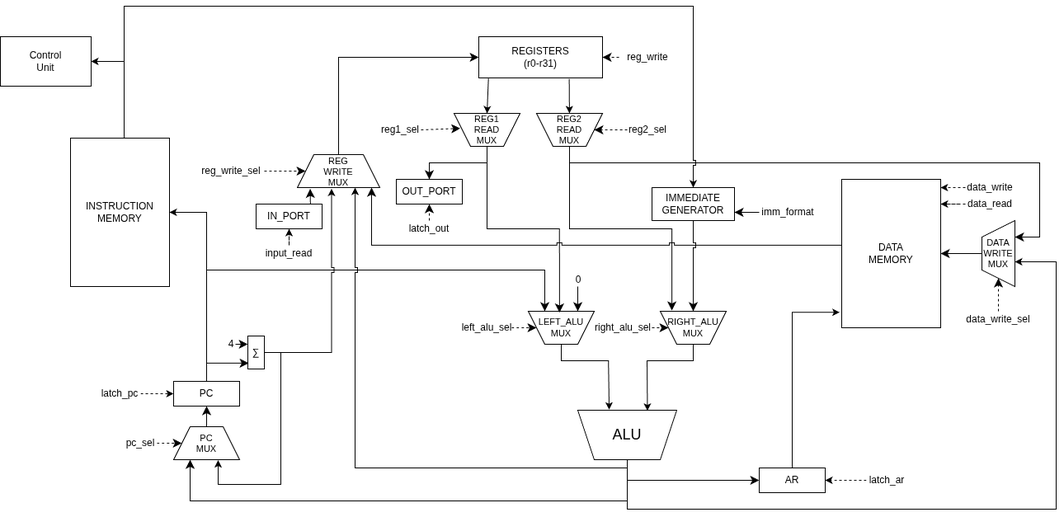
Before: datapath.png, a diagram exported from draw.io (IlyaGorelov/meow). Source tidied: cells renumbered, new cells last; positions are measured from the earlier drawing's top-left corner, leaving out a move shared by most shapes.
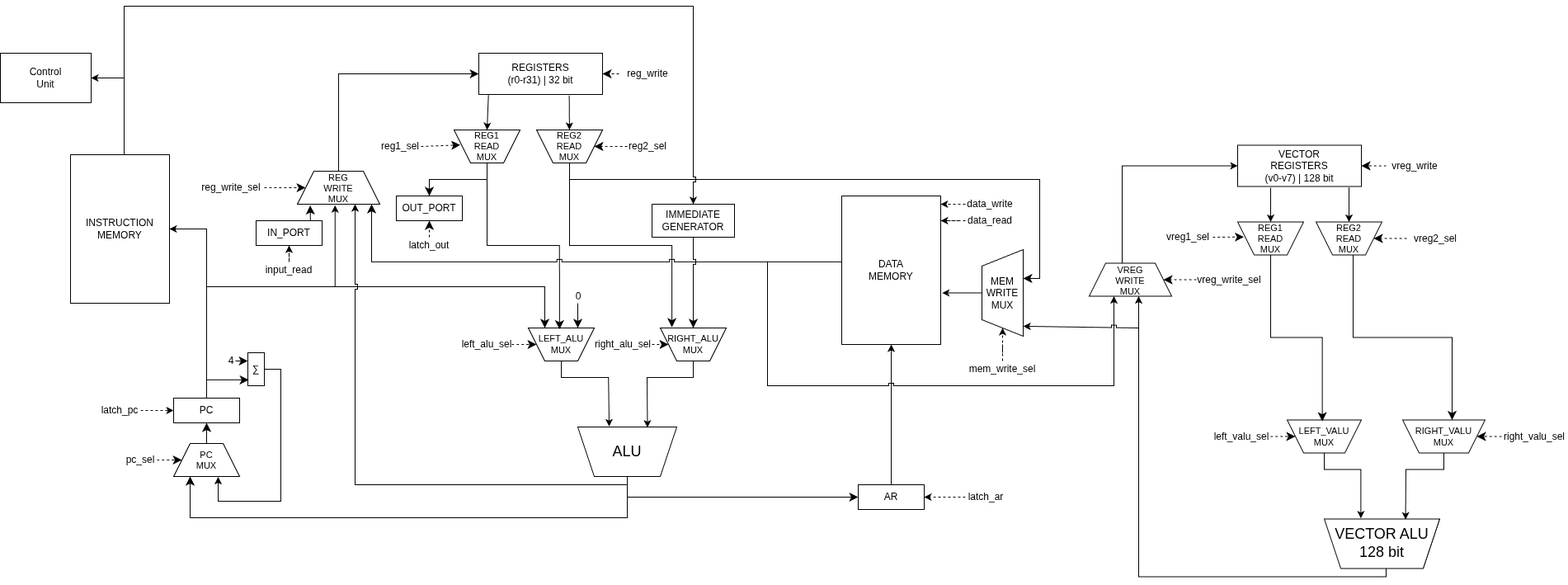
After the commit.

Diff of the diagram source:
```diff
@@ -30,30 +30,15 @@
     <mxCell id="7" value="DATA&lt;div&gt;MEMORY&lt;/div&gt;" style="rounded=0;whiteSpace=wrap;html=1;" parent="1" vertex="1">
       <mxGeometry x="1020" y="210" width="120" height="180" as="geometry" />
     </mxCell>
-    <mxCell id="8" value="REGISTERS&lt;div&gt;(r0-r31)&lt;/div&gt;" style="rounded=0;whiteSpace=wrap;html=1;" parent="1" vertex="1">
+    <mxCell id="8" value="REGISTERS&lt;div&gt;(r0-r31) | 32 bit&lt;/div&gt;" style="rounded=0;whiteSpace=wrap;html=1;" parent="1" vertex="1">
       <mxGeometry x="580" y="37" width="150" height="50" as="geometry" />
     </mxCell>
     <mxCell id="9" value="AR" style="rounded=0;whiteSpace=wrap;html=1;" parent="1" vertex="1">
-      <mxGeometry x="920" y="560" width="80" height="30" as="geometry" />
+      <mxGeometry x="1040" y="560" width="80" height="30" as="geometry" />
     </mxCell>
-    <mxCell id="10" style="endArrow=classic;html=1;rounded=0;defaultLabelBackgroundColor=page;entryX=-0.02;entryY=0.896;entryDx=0;entryDy=0;entryPerimeter=0;exitX=0.5;exitY=0;exitDx=0;exitDy=0;" parent="1" edge="1" source="9" target="7">
-      <mxGeometry relative="1" as="geometry">
-        <Array as="points">
-          <mxPoint x="960" y="371.3" />
-        </Array>
-      </mxGeometry>
+    <mxCell id="10" style="endArrow=classic;html=1;rounded=0;defaultLabelBackgroundColor=page;entryX=0.5;entryY=1;entryDx=0;entryDy=0;exitX=0.5;exitY=0;exitDx=0;exitDy=0;" parent="1" edge="1" source="9" target="7">
+      <mxGeometry x="-0.21" relative="1" as="geometry" />
     </mxCell>
-    <mxCell id="11" style="endArrow=classic;html=1;rounded=0;defaultLabelBackgroundColor=page;" parent="1" edge="1">
-      <mxGeometry x="-0.32" relative="1" as="geometry">
-        <mxPoint x="760" y="550" as="sourcePoint" />
-        <mxPoint x="1230" y="310" as="targetPoint" />
-        <Array as="points">
-          <mxPoint x="760" y="610" />
-          <mxPoint x="1280" y="610" />
-          <mxPoint x="1280" y="310" />
-        </Array>
-      </mxGeometry>
-    </mxCell>
     <mxCell id="12" value="left_alu_sel" style="text;html=1;whiteSpace=wrap;strokeColor=none;fillColor=none;align=center;verticalAlign=middle;rounded=0;" parent="1" vertex="1">
       <mxGeometry x="560" y="380" width="60" height="20" as="geometry" />
     </mxCell>
@@ -124,18 +109,9 @@
     <mxCell id="32" value="IMMEDIATE&lt;div&gt;GENERATOR&lt;/div&gt;" style="rounded=0;whiteSpace=wrap;html=1;" parent="1" vertex="1">
       <mxGeometry x="790" y="220" width="100" height="40" as="geometry" />
     </mxCell>
-    <mxCell id="33" style="endArrow=classic;html=1;rounded=0;fontSize=12;defaultLabelBackgroundColor=page;startSize=8;endSize=8;curved=1;entryX=1;entryY=0.25;entryDx=0;entryDy=0;" parent="1" edge="1">
-      <mxGeometry relative="1" as="geometry">
-        <mxPoint x="920" y="250" as="sourcePoint" />
-        <mxPoint x="890" y="250" as="targetPoint" />
-      </mxGeometry>
-    </mxCell>
-    <mxCell id="34" value="imm_format" style="text;html=1;whiteSpace=wrap;strokeColor=none;fillColor=none;align=center;verticalAlign=middle;rounded=0;" parent="1" vertex="1">
-      <mxGeometry x="920" y="240" width="70" height="20" as="geometry" />
-    </mxCell>
     <mxCell id="35" style="endArrow=classic;html=1;rounded=0;fontSize=12;defaultLabelBackgroundColor=page;startSize=8;endSize=8;edgeStyle=orthogonalEdgeStyle;" parent="1" edge="1" target="50">
-      <mxGeometry x="0.25" relative="1" as="geometry">
-        <mxPoint x="760" y="570" as="sourcePoint" />
+      <mxGeometry x="0.26" relative="1" as="geometry">
+        <mxPoint x="760" y="560" as="sourcePoint" />
         <Array as="points">
           <mxPoint x="760" y="600" />
           <mxPoint x="230" y="600" />
@@ -147,27 +123,15 @@
         <mxPoint x="760" y="575" as="sourcePoint" />
       </mxGeometry>
     </mxCell>
-    <mxCell id="37" style="edgeStyle=none;curved=1;rounded=0;curveGeometry=1;jettySize=auto;html=1;entryX=1;entryY=0.5;entryDx=0;entryDy=0;fontSize=12;defaultLabelBackgroundColor=page;startSize=8;endSize=8;" parent="1" edge="1" source="38" target="7">
-      <mxGeometry relative="1" as="geometry" />
-    </mxCell>
-    <mxCell id="38" value="DATA&lt;div&gt;WRITE&lt;/div&gt;&lt;div&gt;MUX&lt;/div&gt;" style="shape=trapezoid;perimeter=trapezoidPerimeter;whiteSpace=wrap;html=1;shapeInside=1;fixedSize=1;direction=north;fontSize=11;rounded=0;" parent="1" vertex="1">
-      <mxGeometry x="1190" y="260" width="40" height="80" as="geometry" />
-    </mxCell>
-    <mxCell id="39" style="endArrow=classic;html=1;rounded=0;fontSize=12;defaultLabelBackgroundColor=page;startSize=8;endSize=8;entryX=0.75;entryY=1;entryDx=0;entryDy=0;edgeStyle=orthogonalEdgeStyle;" parent="1" edge="1" target="38">
-      <mxGeometry x="-0.06" relative="1" as="geometry">
+    <mxCell id="39" style="endArrow=classic;html=1;rounded=0;fontSize=12;defaultLabelBackgroundColor=page;startSize=8;endSize=8;edgeStyle=orthogonalEdgeStyle;" parent="1" edge="1" target="111">
+      <mxGeometry x="-0.08" relative="1" as="geometry">
         <mxPoint x="690" y="190" as="sourcePoint" />
         <Array as="points">
           <mxPoint x="1260" y="190" />
-          <mxPoint x="1260" y="280" />
+          <mxPoint x="1260" y="310" />
         </Array>
       </mxGeometry>
     </mxCell>
-    <mxCell id="40" style="edgeStyle=none;curved=1;rounded=0;curveGeometry=1;jettySize=auto;html=1;entryX=0;entryY=0.5;entryDx=0;entryDy=0;fontSize=12;defaultLabelBackgroundColor=page;startSize=8;endSize=8;dashed=1;" parent="1" edge="1" source="41" target="38">
-      <mxGeometry relative="1" as="geometry" />
-    </mxCell>
-    <mxCell id="41" value="data_write_sel" style="text;html=1;whiteSpace=wrap;strokeColor=none;fillColor=none;align=center;verticalAlign=middle;rounded=0;" parent="1" vertex="1">
-      <mxGeometry x="1170" y="370" width="80" height="20" as="geometry" />
-    </mxCell>
     <mxCell id="42" style="endArrow=classic;html=1;rounded=0;defaultLabelBackgroundColor=page;edgeStyle=orthogonalEdgeStyle;jumpStyle=sharp;" parent="1" edge="1" source="4" target="44">
       <mxGeometry x="-0.02" relative="1" as="geometry">
         <Array as="points">
@@ -259,8 +223,8 @@
     <mxCell id="64" style="edgeStyle=orthogonalEdgeStyle;rounded=0;jettySize=auto;html=1;entryX=0.5;entryY=0;entryDx=0;entryDy=0;defaultLabelBackgroundColor=page;jumpStyle=sharp;" parent="1" edge="1" source="65" target="32">
       <mxGeometry x="0.24" relative="1" as="geometry">
         <Array as="points">
-          <mxPoint x="150" />
-          <mxPoint x="840" />
+          <mxPoint x="150" y="-20" />
+          <mxPoint x="840" y="-20" />
         </Array>
       </mxGeometry>
     </mxCell>
@@ -283,9 +247,6 @@
         </Array>
       </mxGeometry>
     </mxCell>
-    <mxCell id="70" style="edgeStyle=orthogonalEdgeStyle;rounded=0;jettySize=auto;html=1;entryX=0.415;entryY=1.035;entryDx=0;entryDy=0;entryPerimeter=0;defaultLabelBackgroundColor=page;jumpStyle=sharp;" parent="1" edge="1" source="51" target="44">
-      <mxGeometry relative="1" as="geometry" />
-    </mxCell>
     <mxCell id="71" style="edgeStyle=orthogonalEdgeStyle;rounded=0;jettySize=auto;html=1;entryX=0.675;entryY=1.012;entryDx=0;entryDy=0;entryPerimeter=0;defaultLabelBackgroundColor=page;" parent="1" edge="1" source="51" target="50">
       <mxGeometry x="-0.2" relative="1" as="geometry">
         <Array as="points">
@@ -305,7 +266,7 @@
       <mxGeometry relative="1" as="geometry" />
     </mxCell>
     <mxCell id="75" value="latch_ar" style="text;html=1;whiteSpace=wrap;strokeColor=none;fillColor=none;align=center;verticalAlign=middle;rounded=0;" parent="1" vertex="1">
-      <mxGeometry x="1050" y="565" width="50" height="20" as="geometry" />
+      <mxGeometry x="1170" y="565" width="50" height="20" as="geometry" />
     </mxCell>
     <mxCell id="76" style="edgeStyle=orthogonalEdgeStyle;rounded=0;jettySize=auto;html=1;entryX=0.5;entryY=1;entryDx=0;entryDy=0;defaultLabelBackgroundColor=page;dashed=1;" parent="1" edge="1" source="77" target="57">
       <mxGeometry relative="1" as="geometry" />
@@ -321,5 +282,146 @@
         <mxPoint x="1140" y="240" as="targetPoint" />
       </mxGeometry>
     </mxCell>
+    <mxCell id="80" style="endArrow=classic;html=1;rounded=0;defaultLabelBackgroundColor=page;entryX=0.457;entryY=1.033;entryDx=0;entryDy=0;entryPerimeter=0;" parent="1" edge="1" target="44">
+      <mxGeometry relative="1" as="geometry">
+        <mxPoint x="405.7" y="320" as="sourcePoint" />
+      </mxGeometry>
+    </mxCell>
+    <mxCell id="81" value="LEFT_VALU&lt;div&gt;MUX&lt;/div&gt;" style="shape=trapezoid;perimeter=trapezoidPerimeter;whiteSpace=wrap;html=1;shapeInside=1;fixedSize=1;direction=west;fontSize=11;rounded=0;" parent="1" vertex="1">
+      <mxGeometry x="1560" y="481.5" width="90" height="40" as="geometry" />
+    </mxCell>
+    <mxCell id="82" value="RIGHT_VALU&lt;div&gt;MUX&lt;/div&gt;" style="shape=trapezoid;perimeter=trapezoidPerimeter;whiteSpace=wrap;html=1;shapeInside=1;fixedSize=1;direction=west;fontSize=11;rounded=0;" parent="1" vertex="1">
+      <mxGeometry x="1700" y="481.5" width="100" height="40" as="geometry" />
+    </mxCell>
+    <mxCell id="83" value="VECTOR ALU&lt;div&gt;128 bit&lt;/div&gt;" style="shape=trapezoid;perimeter=trapezoidPerimeter;whiteSpace=wrap;html=1;shapeInside=1;fixedSize=1;fontSize=18;direction=west;rounded=0;" parent="1" vertex="1">
+      <mxGeometry x="1605" y="601.5" width="140" height="60" as="geometry" />
+    </mxCell>
+    <mxCell id="84" style="endArrow=classic;html=1;rounded=0;defaultLabelBackgroundColor=page;entryX=0.683;entryY=1.012;entryDx=0;entryDy=0;entryPerimeter=0;exitX=0.5;exitY=0;exitDx=0;exitDy=0;" parent="1" edge="1" source="81" target="83">
+      <mxGeometry x="-0.02" relative="1" as="geometry">
+        <Array as="points">
+          <mxPoint x="1605" y="541.5" />
+          <mxPoint x="1649.4" y="541.5" />
+        </Array>
+      </mxGeometry>
+    </mxCell>
+    <mxCell id="85" style="endArrow=classic;html=1;rounded=0;defaultLabelBackgroundColor=page;exitX=0.5;exitY=0;exitDx=0;exitDy=0;entryX=0.296;entryY=0.989;entryDx=0;entryDy=0;entryPerimeter=0;" parent="1" edge="1" source="82" target="83">
+      <mxGeometry x="-0.14" relative="1" as="geometry">
+        <Array as="points">
+          <mxPoint x="1750" y="541.5" />
+          <mxPoint x="1704" y="541.5" />
+        </Array>
+      </mxGeometry>
+    </mxCell>
+    <mxCell id="86" value="&lt;div&gt;VECTOR&lt;/div&gt;REGISTERS&lt;div&gt;(v0-v7) | 128 bit&lt;/div&gt;" style="rounded=0;whiteSpace=wrap;html=1;" parent="1" vertex="1">
+      <mxGeometry x="1500" y="148.5" width="150" height="50" as="geometry" />
+    </mxCell>
+    <mxCell id="87" value="left_valu_sel" style="text;html=1;whiteSpace=wrap;strokeColor=none;fillColor=none;align=center;verticalAlign=middle;rounded=0;" parent="1" vertex="1">
+      <mxGeometry x="1470" y="491.5" width="70" height="20" as="geometry" />
+    </mxCell>
+    <mxCell id="88" style="endArrow=classic;html=1;rounded=0;fontSize=12;defaultLabelBackgroundColor=page;startSize=8;endSize=8;curved=1;exitX=1;exitY=0.5;exitDx=0;exitDy=0;dashed=1;" parent="1" edge="1" source="87" target="81">
+      <mxGeometry relative="1" as="geometry" />
+    </mxCell>
+    <mxCell id="89" value="right_valu_sel" style="text;html=1;whiteSpace=wrap;strokeColor=none;fillColor=none;align=center;verticalAlign=middle;rounded=0;" parent="1" vertex="1">
+      <mxGeometry x="1820" y="491.5" width="80" height="20" as="geometry" />
+    </mxCell>
+    <mxCell id="90" style="endArrow=classic;html=1;rounded=0;fontSize=12;defaultLabelBackgroundColor=page;startSize=8;endSize=8;curved=1;exitX=0;exitY=0.5;exitDx=0;exitDy=0;dashed=1;" parent="1" edge="1" source="89" target="82">
+      <mxGeometry relative="1" as="geometry" />
+    </mxCell>
+    <mxCell id="91" value="vreg_write" style="text;html=1;whiteSpace=wrap;strokeColor=none;fillColor=none;align=center;verticalAlign=middle;rounded=0;" parent="1" vertex="1">
+      <mxGeometry x="1680" y="163.5" width="70" height="20" as="geometry" />
+    </mxCell>
+    <mxCell id="92" style="endArrow=classic;html=1;rounded=0;fontSize=12;defaultLabelBackgroundColor=page;startSize=8;endSize=8;curved=1;entryX=1;entryY=0.5;entryDx=0;entryDy=0;exitX=0;exitY=0.5;exitDx=0;exitDy=0;dashed=1;" parent="1" edge="1" source="91" target="86">
+      <mxGeometry relative="1" as="geometry" />
+    </mxCell>
+    <mxCell id="93" style="endArrow=classic;html=1;rounded=0;defaultLabelBackgroundColor=page;entryX=0.5;entryY=1;entryDx=0;entryDy=0;" parent="1" edge="1" target="94">
+      <mxGeometry x="-0.02" relative="1" as="geometry">
+        <mxPoint x="1540" y="200" as="sourcePoint" />
+      </mxGeometry>
+    </mxCell>
+    <mxCell id="94" value="REG1&lt;div&gt;READ&lt;br&gt;&lt;div&gt;MUX&lt;/div&gt;&lt;/div&gt;" style="shape=trapezoid;perimeter=trapezoidPerimeter;whiteSpace=wrap;html=1;shapeInside=1;fixedSize=1;direction=west;fontSize=11;rounded=0;" parent="1" vertex="1">
+      <mxGeometry x="1500" y="241.5" width="80" height="40" as="geometry" />
+    </mxCell>
+    <mxCell id="95" value="vreg1_sel" style="text;html=1;whiteSpace=wrap;strokeColor=none;fillColor=none;align=center;verticalAlign=middle;rounded=0;" parent="1" vertex="1">
+      <mxGeometry x="1410" y="250" width="60" height="20" as="geometry" />
+    </mxCell>
+    <mxCell id="96" style="endArrow=classic;html=1;rounded=0;fontSize=12;defaultLabelBackgroundColor=page;startSize=8;endSize=8;curved=1;entryX=0.905;entryY=0.545;entryDx=0;entryDy=0;exitX=1;exitY=0.5;exitDx=0;exitDy=0;dashed=1;entryPerimeter=0;" parent="1" edge="1" source="95" target="94">
+      <mxGeometry relative="1" as="geometry" />
+    </mxCell>
+    <mxCell id="97" value="REG2&lt;div&gt;READ&lt;br&gt;&lt;div&gt;MUX&lt;/div&gt;&lt;/div&gt;" style="shape=trapezoid;perimeter=trapezoidPerimeter;whiteSpace=wrap;html=1;shapeInside=1;fixedSize=1;direction=west;fontSize=11;rounded=0;" parent="1" vertex="1">
+      <mxGeometry x="1595" y="241.5" width="80" height="40" as="geometry" />
+    </mxCell>
+    <mxCell id="98" value="vreg2_sel" style="text;html=1;whiteSpace=wrap;strokeColor=none;fillColor=none;align=center;verticalAlign=middle;rounded=0;" parent="1" vertex="1">
+      <mxGeometry x="1705" y="251.5" width="70" height="20" as="geometry" />
+    </mxCell>
+    <mxCell id="99" style="endArrow=classic;html=1;rounded=0;fontSize=12;defaultLabelBackgroundColor=page;startSize=8;endSize=8;curved=1;entryX=0;entryY=0.5;entryDx=0;entryDy=0;exitX=0;exitY=0.5;exitDx=0;exitDy=0;dashed=1;" parent="1" edge="1" source="98" target="97">
+      <mxGeometry relative="1" as="geometry" />
+    </mxCell>
+    <mxCell id="100" style="endArrow=classic;html=1;rounded=0;defaultLabelBackgroundColor=page;" parent="1" edge="1" target="97">
+      <mxGeometry x="-0.02" relative="1" as="geometry">
+        <mxPoint x="1635" y="199.7" as="sourcePoint" />
+      </mxGeometry>
+    </mxCell>
+    <mxCell id="101" style="endArrow=classic;html=1;rounded=0;fontSize=12;defaultLabelBackgroundColor=page;startSize=8;endSize=8;entryX=0.527;entryY=0.96;entryDx=0;entryDy=0;entryPerimeter=0;exitX=0.5;exitY=0;exitDx=0;exitDy=0;edgeStyle=orthogonalEdgeStyle;" parent="1" edge="1" source="94" target="81">
+      <mxGeometry relative="1" as="geometry" />
+    </mxCell>
+    <mxCell id="102" style="endArrow=classic;html=1;rounded=0;fontSize=12;defaultLabelBackgroundColor=page;startSize=8;endSize=8;exitX=0.5;exitY=0;exitDx=0;exitDy=0;edgeStyle=orthogonalEdgeStyle;" parent="1" edge="1" source="97" target="82">
+      <mxGeometry x="-0.14" relative="1" as="geometry">
+        <Array as="points">
+          <mxPoint x="1640" y="281.5" />
+          <mxPoint x="1640" y="381.5" />
+          <mxPoint x="1760" y="381.5" />
+        </Array>
+      </mxGeometry>
+    </mxCell>
+    <mxCell id="103" style="endArrow=classic;html=1;rounded=0;defaultLabelBackgroundColor=page;edgeStyle=orthogonalEdgeStyle;jumpStyle=sharp;" parent="1" edge="1" source="83" target="105">
+      <mxGeometry x="-0.02" relative="1" as="geometry">
+        <Array as="points">
+          <mxPoint x="1680" y="671.5" />
+          <mxPoint x="1380" y="671.5" />
+        </Array>
+      </mxGeometry>
+    </mxCell>
+    <mxCell id="104" style="edgeStyle=orthogonalEdgeStyle;rounded=0;jettySize=auto;html=1;defaultLabelBackgroundColor=page;" parent="1" edge="1" source="105" target="86">
+      <mxGeometry x="0.58" relative="1" as="geometry">
+        <Array as="points">
+          <mxPoint x="1360" y="173.5" />
+        </Array>
+      </mxGeometry>
+    </mxCell>
+    <mxCell id="105" value="VREG&lt;div&gt;WRITE&lt;/div&gt;&lt;div&gt;MUX&lt;/div&gt;" style="shape=trapezoid;perimeter=trapezoidPerimeter;whiteSpace=wrap;html=1;shapeInside=1;fixedSize=1;direction=east;fontSize=11;rounded=0;" parent="1" vertex="1">
+      <mxGeometry x="1320" y="291.5" width="100" height="40" as="geometry" />
+    </mxCell>
+    <mxCell id="106" value="vreg_write_sel" style="text;html=1;whiteSpace=wrap;strokeColor=none;fillColor=none;align=center;verticalAlign=middle;rounded=0;" parent="1" vertex="1">
+      <mxGeometry x="1450" y="301.5" width="80" height="20" as="geometry" />
+    </mxCell>
+    <mxCell id="107" style="endArrow=classic;html=1;rounded=0;fontSize=12;defaultLabelBackgroundColor=page;startSize=8;endSize=8;curved=1;exitX=0;exitY=0.5;exitDx=0;exitDy=0;dashed=1;" parent="1" edge="1" source="106" target="105">
+      <mxGeometry relative="1" as="geometry" />
+    </mxCell>
+    <mxCell id="108" style="endArrow=classic;html=1;rounded=0;defaultLabelBackgroundColor=page;edgeStyle=orthogonalEdgeStyle;jumpStyle=sharp;" parent="1" edge="1" target="105">
+      <mxGeometry x="0.42" relative="1" as="geometry">
+        <mxPoint x="930" y="290" as="sourcePoint" />
+        <Array as="points">
+          <mxPoint x="930" y="440" />
+          <mxPoint x="1350" y="440" />
+        </Array>
+      </mxGeometry>
+    </mxCell>
+    <mxCell id="109" style="endArrow=classic;html=1;rounded=0;defaultLabelBackgroundColor=page;entryX=0.115;entryY=1.003;entryDx=0;entryDy=0;entryPerimeter=0;jumpStyle=sharp;" parent="1" edge="1" target="111">
+      <mxGeometry relative="1" as="geometry">
+        <mxPoint x="1380" y="370" as="sourcePoint" />
+      </mxGeometry>
+    </mxCell>
+    <mxCell id="110" style="edgeStyle=orthogonalEdgeStyle;rounded=0;jettySize=auto;html=1;defaultLabelBackgroundColor=page;entryX=1.014;entryY=0.653;entryDx=0;entryDy=0;entryPerimeter=0;" parent="1" edge="1" source="111" target="7">
+      <mxGeometry relative="1" as="geometry" />
+    </mxCell>
+    <mxCell id="111" value="MEM&lt;div&gt;WRITE&lt;/div&gt;&lt;div&gt;MUX&lt;/div&gt;" style="shape=trapezoid;perimeter=trapezoidPerimeter;whiteSpace=wrap;html=1;shapeInside=1;fixedSize=1;direction=north;" parent="1" vertex="1">
+      <mxGeometry x="1190" y="275" width="50" height="105" as="geometry" />
+    </mxCell>
+    <mxCell id="112" style="edgeStyle=orthogonalEdgeStyle;rounded=0;jettySize=auto;html=1;defaultLabelBackgroundColor=page;dashed=1;" parent="1" edge="1" source="113" target="111">
+      <mxGeometry relative="1" as="geometry" />
+    </mxCell>
+    <mxCell id="113" value="mem_write_sel" style="text;html=1;whiteSpace=wrap;strokeColor=none;fillColor=none;align=center;verticalAlign=middle;rounded=0;" parent="1" vertex="1">
+      <mxGeometry x="1170" y="410" width="90" height="20" as="geometry" />
+    </mxCell>
   </root>
 </mxGraphModel>
```
